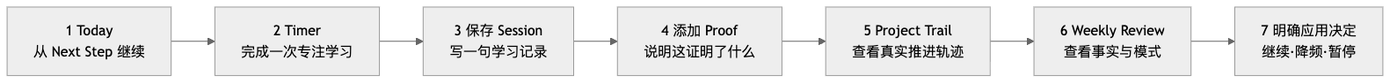
Above: diagrams/product-demo-storyboard.png in Panhe-C/self-study-studio (Mermaid), before the change. Its source is kept beside it as diagrams/product-demo-storyboard.mmd.
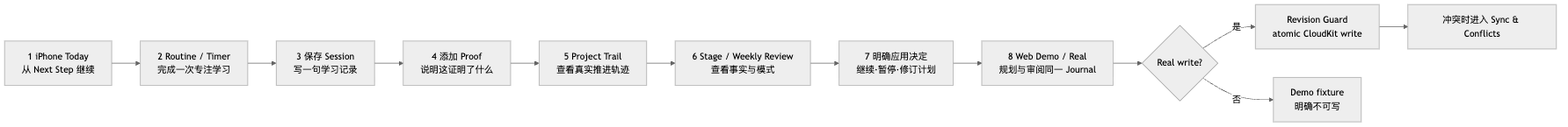
After the change.

Diff of the diagram source:
```diff
@@ -1,7 +1,12 @@
 flowchart LR
-  D1[1 Today<br/>从 Next Step 继续] --> D2[2 Timer<br/>完成一次专注学习]
+  D1[1 iPhone Today<br/>从 Next Step 继续] --> D2[2 Routine / Timer<br/>完成一次专注学习]
   D2 --> D3[3 保存 Session<br/>写一句学习记录]
   D3 --> D4[4 添加 Proof<br/>说明这证明了什么]
   D4 --> D5[5 Project Trail<br/>查看真实推进轨迹]
-  D5 --> D6[6 Weekly Review<br/>查看事实与模式]
-  D6 --> D7[7 明确应用决定<br/>继续·降频·暂停]
+  D5 --> D6[6 Stage / Weekly Review<br/>查看事实与模式]
+  D6 --> D7[7 明确应用决定<br/>继续·暂停·修订计划]
+  D7 --> D8[8 Web Demo / Real<br/>规划与审阅同一 Journal]
+  D8 --> D9{Real write?}
+  D9 -->|是| D10[Revision Guard<br/>atomic CloudKit write]
+  D9 -->|否| D11[Demo fixture<br/>明确不可写]
+  D10 --> D12[冲突时进入 Sync & Conflicts]
```
